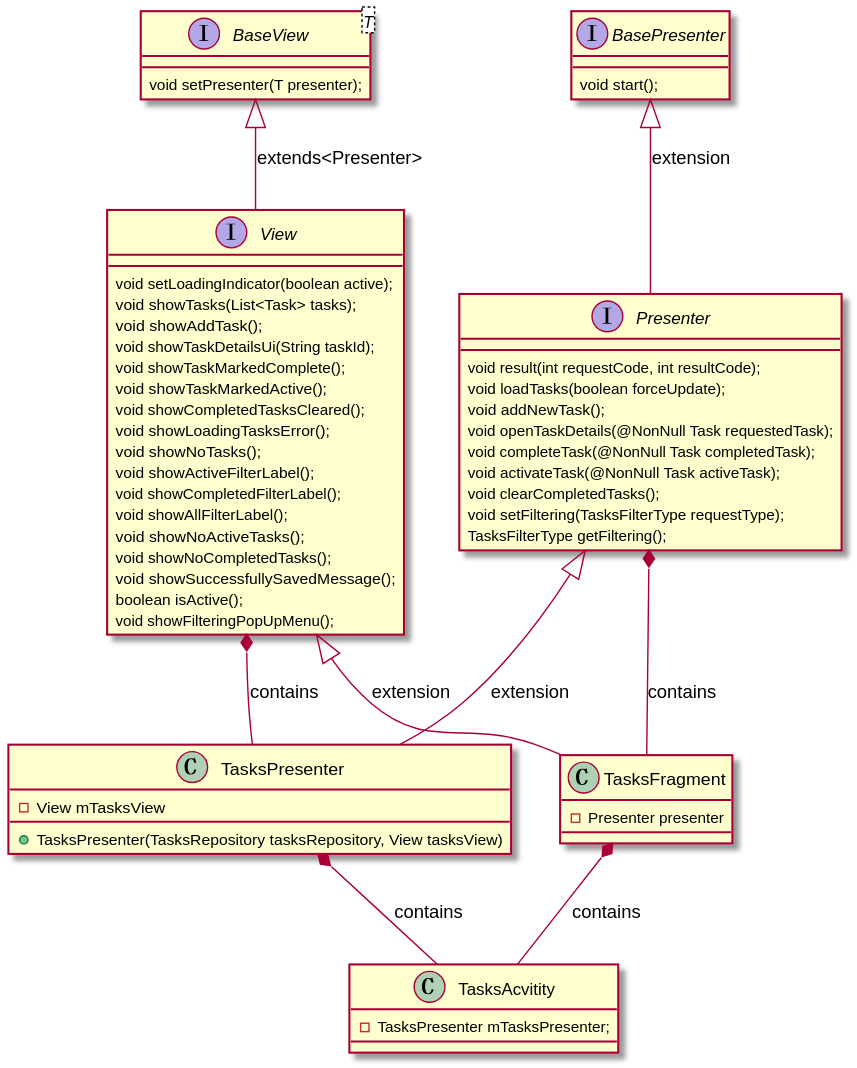
Before: assets/images/2018/mvp.svg, a diagram exported from PlantUML (jiangguo27/jiangguo27.github.io). Its diagram source:
```plantuml
@startuml

class TasksAcvitity {
    - TasksPresenter mTasksPresenter;
}

class TasksPresenter {
    - View mTasksView
    +TasksPresenter(TasksRepository tasksRepository, View tasksView)
}
class TasksFragment {
    - Presenter presenter
}

interface View {
    void setLoadingIndicator(boolean active);
    void showTasks(List<Task> tasks);
    void showAddTask();
    void showTaskDetailsUi(String taskId);
    void showTaskMarkedComplete();
    void showTaskMarkedActive();
    void showCompletedTasksCleared();
    void showLoadingTasksError();
    void showNoTasks();
    void showActiveFilterLabel();
    void showCompletedFilterLabel();
    void showAllFilterLabel();
    void showNoActiveTasks();
    void showNoCompletedTasks();
    void showSuccessfullySavedMessage();
    boolean isActive();
    void showFilteringPopUpMenu();
}

interface Presenter {
    void result(int requestCode, int resultCode);
    void loadTasks(boolean forceUpdate);
    void addNewTask();
    void openTaskDetails(@NonNull Task requestedTask);
    void completeTask(@NonNull Task completedTask);
    void activateTask(@NonNull Task activeTask);
    void clearCompletedTasks();
    void setFiltering(TasksFilterType requestType);
    TasksFilterType getFiltering();
}

interface BaseView<T> {
    void setPresenter(T presenter);
}

interface BasePresenter {
    void start();
}

TasksPresenter *-- TasksAcvitity : contains
TasksFragment *-- TasksAcvitity : contains

View *-- TasksPresenter : contains
Presenter *-- TasksFragment : contains

Presenter <|-- TasksPresenter: extension
View <|-- TasksFragment: extension

BaseView <|-- View: extends<Presenter>
BasePresenter <|-- Presenter: extension

@enduml
```
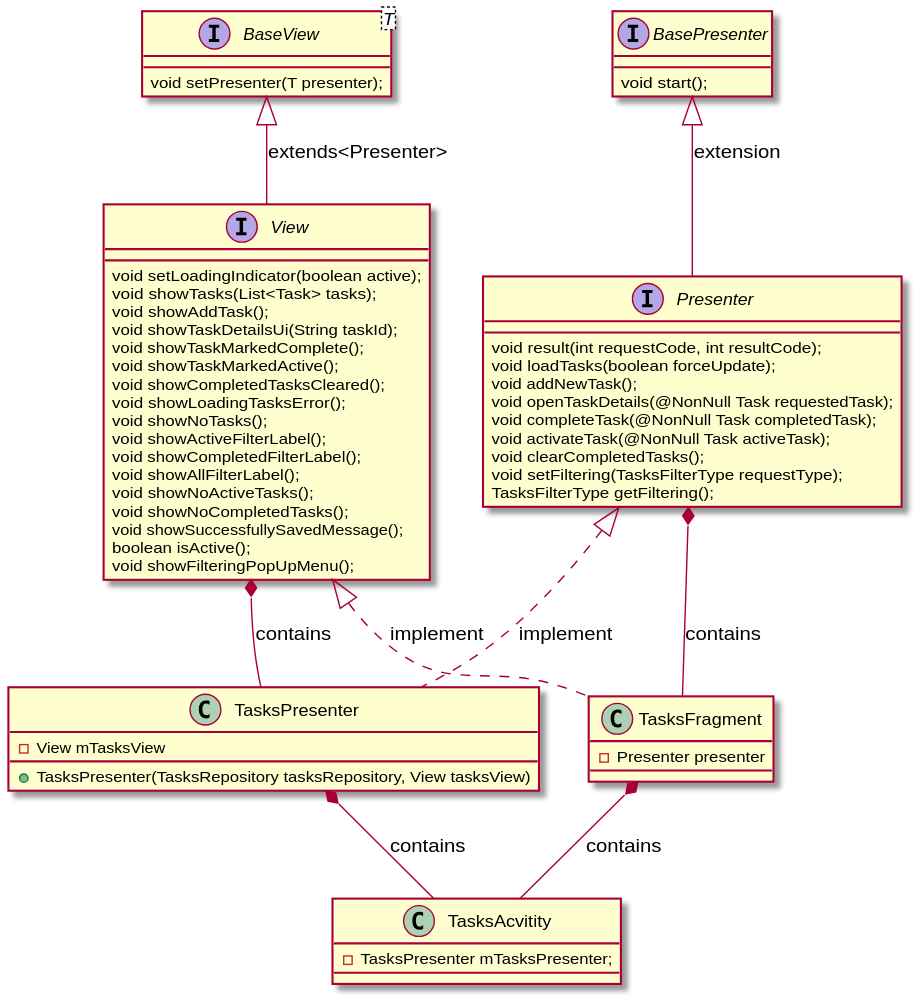
Above is the later version.

Commit message:
fix(puml): fix one error of UML diagram

The edit, as a diff of the source:
```diff
@@ -58,8 +58,8 @@
 View *-- TasksPresenter : contains
 Presenter *-- TasksFragment : contains
 
-Presenter <|-- TasksPresenter: extension
-View <|-- TasksFragment: extension
+Presenter <|.. TasksPresenter: implement
+View <|.. TasksFragment: implement
 
 BaseView <|-- View: extends<Presenter>
 BasePresenter <|-- Presenter: extension
```
